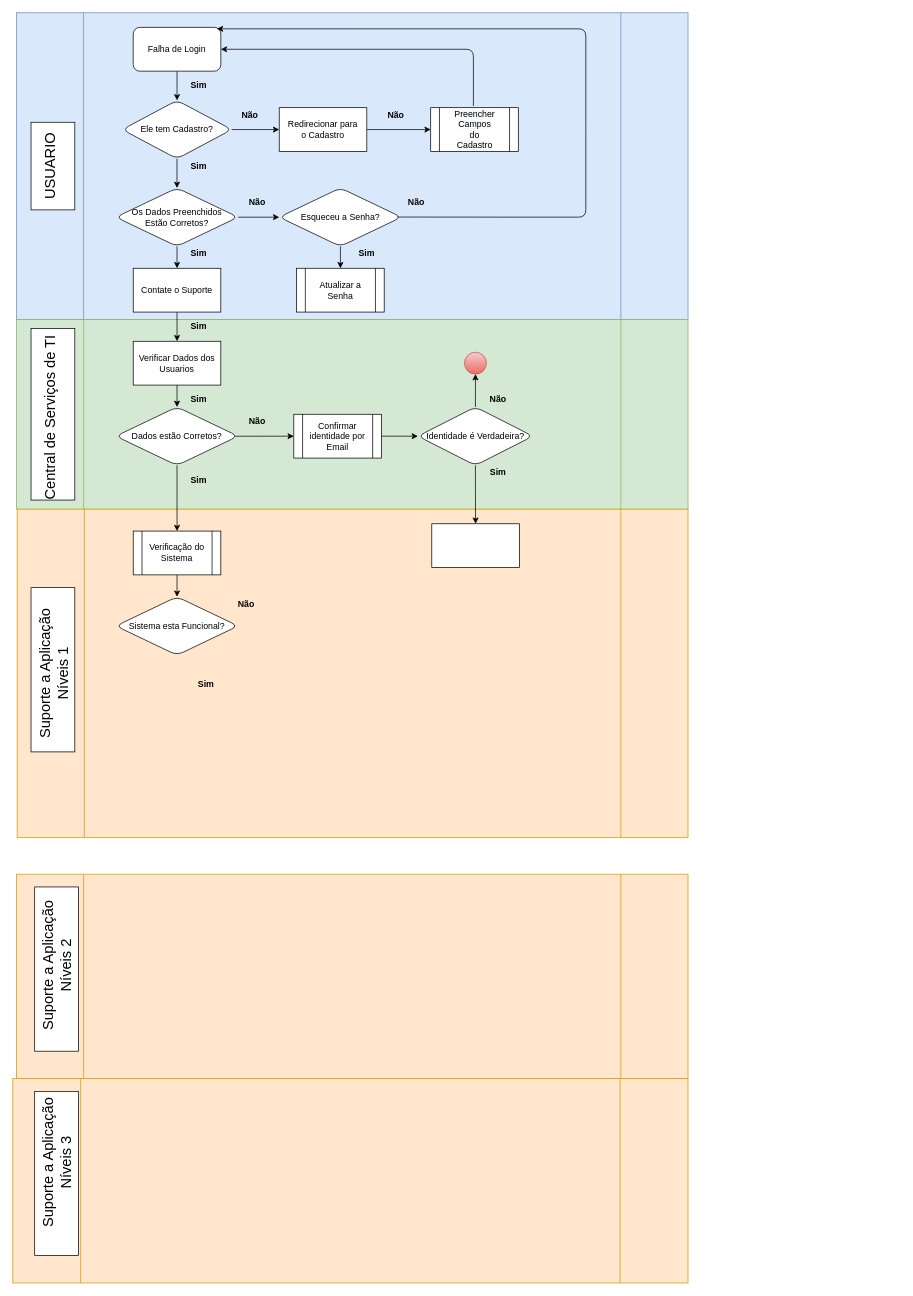
The draw.io diagram Documentação/Diagramas/fluxograma_helpdesk.drawio in LucasTeixeira793/StrongBerry, before the edit. Source tidied: cells renumbered, new cells numbered last; positions are measured from the earlier drawing's top-left corner, leaving out a move shared by most shapes. Both pictures are drawn from the tidied source at 73%, with x=0, y=0 at pixel (-45, 12).
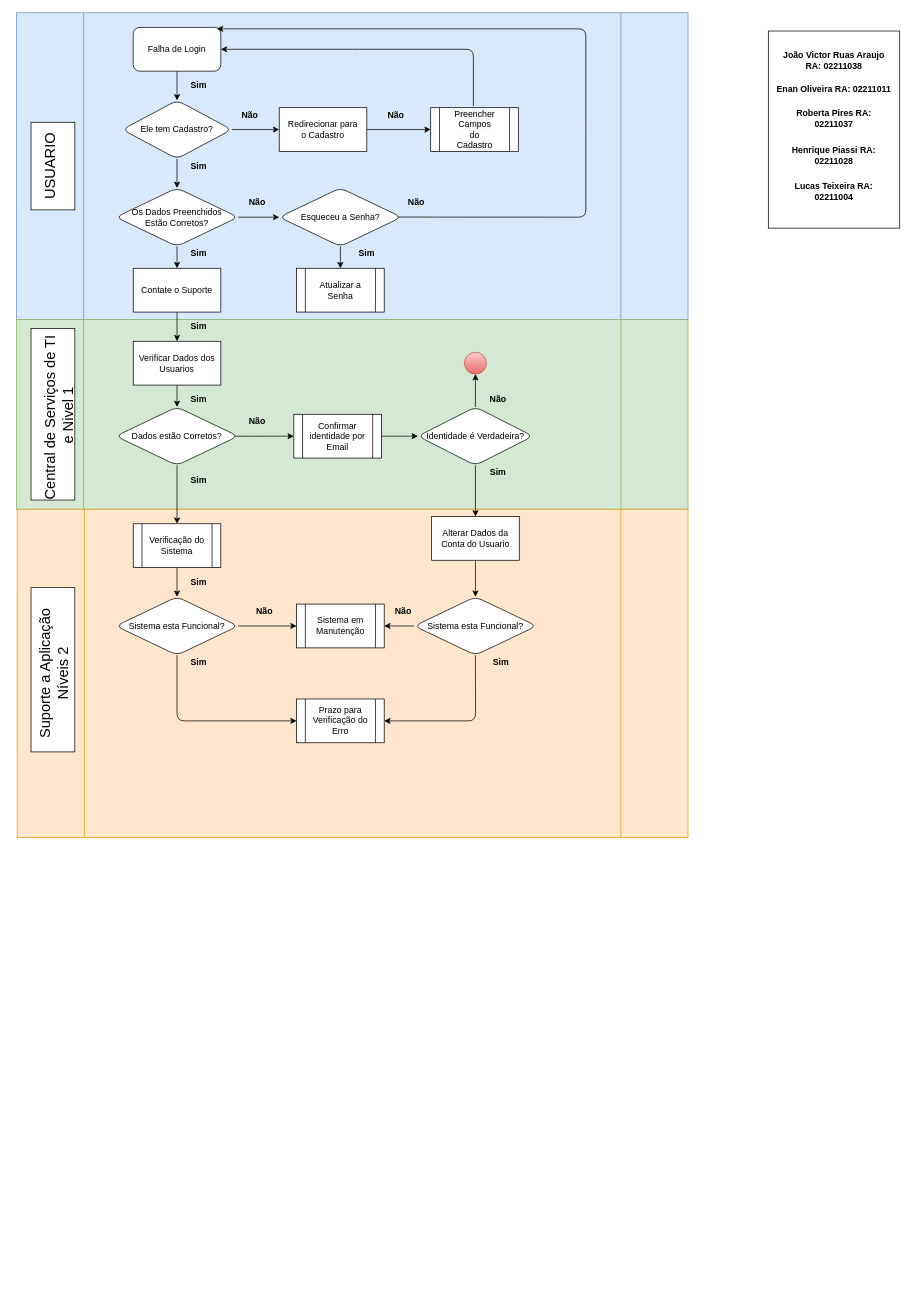
After the change.

The change refers to these unchanged cells:
```xml
<mxCell id="63" value="Sistema esta Funcional?" style="rhombus;whiteSpace=wrap;html=1;rounded=1;" parent="1" vertex="1">
  <mxGeometry x="220.2" y="800" width="167.5" height="80" as="geometry" />
</mxCell>
```

The edit, as a diff of the source:
```diff
@@
+    <mxCell id="66" style="rounded=0;whiteSpace=wrap;html=1;" parent="1" vertex="1">
+      <mxGeometry x="1114" y="25" width="180" height="270" as="geometry" />
+    </mxCell>
@@
-    <mxCell id="8" value="&lt;font style=&quot;font-size: 20px&quot;&gt;Central de Serviços de TI&lt;br&gt;&lt;br&gt;&lt;/font&gt;" style="text;html=1;strokeColor=none;fillColor=none;align=center;verticalAlign=middle;whiteSpace=wrap;rounded=0;rotation=-90;" parent="1" vertex="1">
+    <mxCell id="8" value="&lt;font style=&quot;font-size: 20px&quot;&gt;Central de Serviços de TI&lt;br&gt;&amp;nbsp;e Nivel 1&lt;br&gt;&lt;/font&gt;" style="text;html=1;strokeColor=none;fillColor=none;align=center;verticalAlign=middle;whiteSpace=wrap;rounded=0;rotation=-90;" parent="1" vertex="1">
       <mxGeometry x="21.5" y="530" width="240" height="50" as="geometry" />
     </mxCell>
@@
-    <mxCell id="10" value="&lt;font style=&quot;font-size: 20px&quot;&gt;Suporte a Aplicação&lt;br&gt;Níveis 1&lt;br&gt;&lt;/font&gt;" style="text;html=1;strokeColor=none;fillColor=none;align=center;verticalAlign=middle;whiteSpace=wrap;rounded=0;rotation=-90;" parent="1" vertex="1">
+    <mxCell id="10" value="&lt;font style=&quot;font-size: 20px&quot;&gt;Suporte a Aplicação&lt;br&gt;Níveis 2&lt;br&gt;&lt;/font&gt;" style="text;html=1;strokeColor=none;fillColor=none;align=center;verticalAlign=middle;whiteSpace=wrap;rounded=0;rotation=-90;" parent="1" vertex="1">
       <mxGeometry y="880" width="270" height="50" as="geometry" />
     </mxCell>
-    <mxCell id="11" style="shape=process;whiteSpace=wrap;html=1;backgroundOutline=1;fillColor=#ffe6cc;strokeColor=#d79b00;" parent="1" vertex="1">
-      <mxGeometry x="84" y="1180" width="920" height="280" as="geometry" />
-    </mxCell>
-    <mxCell id="12" style="shape=process;whiteSpace=wrap;html=1;backgroundOutline=1;fillColor=#ffe6cc;strokeColor=#d79b00;" parent="1" vertex="1">
-      <mxGeometry x="79" y="1460" width="925" height="280" as="geometry" />
-    </mxCell>
-    <mxCell id="13" style="rounded=0;whiteSpace=wrap;html=1;rotation=-90;" parent="1" vertex="1">
-      <mxGeometry x="26.5" y="1280" width="225" height="60" as="geometry" />
-    </mxCell>
-    <mxCell id="14" style="rounded=0;whiteSpace=wrap;html=1;rotation=-90;" parent="1" vertex="1">
-      <mxGeometry x="26.5" y="1560" width="225" height="60" as="geometry" />
-    </mxCell>
-    <mxCell id="15" value="&lt;font style=&quot;font-size: 20px&quot;&gt;Suporte a Aplicação&lt;br&gt;Níveis 2&lt;br&gt;&lt;/font&gt;" style="text;html=1;strokeColor=none;fillColor=none;align=center;verticalAlign=middle;whiteSpace=wrap;rounded=0;rotation=-90;" parent="1" vertex="1">
-      <mxGeometry x="4" y="1280" width="270" height="50" as="geometry" />
-    </mxCell>
-    <mxCell id="16" value="&lt;font style=&quot;font-size: 20px&quot;&gt;Suporte a Aplicação&lt;br&gt;Níveis 3&lt;br&gt;&lt;/font&gt;" style="text;html=1;strokeColor=none;fillColor=none;align=center;verticalAlign=middle;whiteSpace=wrap;rounded=0;rotation=-90;" parent="1" vertex="1">
-      <mxGeometry x="4" y="1550" width="270" height="50" as="geometry" />
-    </mxCell>
@@
+    <mxCell id="67" style="edgeStyle=orthogonalEdgeStyle;rounded=0;jettySize=auto;html=1;" parent="1" edge="1" source="59" target="72">
+      <mxGeometry relative="1" as="geometry" />
+    </mxCell>
-    <mxCell id="59" style="rounded=0;whiteSpace=wrap;html=1;shadow=0;" parent="1" vertex="1">
-      <mxGeometry x="653" y="700" width="120" height="60" as="geometry" />
+    <mxCell id="59" value="Alterar Dados da Conta do Usuario" style="rounded=0;whiteSpace=wrap;html=1;shadow=0;" parent="1" vertex="1">
+      <mxGeometry x="652.8" y="690" width="120" height="60" as="geometry" />
     </mxCell>
@@
     <mxCell id="62" value="Verificação do Sistema" style="shape=process;whiteSpace=wrap;html=1;backgroundOutline=1;shadow=0;" parent="1" vertex="1">
-      <mxGeometry x="244" y="710" width="120" height="60" as="geometry" />
+      <mxGeometry x="244" y="700" width="120" height="60" as="geometry" />
     </mxCell>
+    <mxCell id="68" style="edgeStyle=orthogonalEdgeStyle;rounded=0;jettySize=auto;html=1;entryX=0;entryY=0.5;entryDx=0;entryDy=0;" parent="1" edge="1" source="63" target="69">
+      <mxGeometry relative="1" as="geometry" />
+    </mxCell>
@@
     <mxCell id="64" value="&lt;b&gt;Não&lt;/b&gt;" style="text;html=1;strokeColor=none;fillColor=none;align=center;verticalAlign=middle;whiteSpace=wrap;rounded=0;" parent="1" vertex="1">
-      <mxGeometry x="379" y="800" width="40" height="20" as="geometry" />
+      <mxGeometry x="404" y="810" width="40" height="20" as="geometry" />
     </mxCell>
-    <mxCell id="65" value="&lt;b&gt;Sim&lt;/b&gt;" style="text;html=1;strokeColor=none;fillColor=none;align=center;verticalAlign=middle;whiteSpace=wrap;rounded=0;" parent="1" vertex="1">
-      <mxGeometry x="324" y="910" width="40" height="20" as="geometry" />
-    </mxCell>
+    <mxCell id="69" value="Sistema em&lt;br&gt;Manutenção" style="shape=process;whiteSpace=wrap;html=1;backgroundOutline=1;shadow=0;" parent="1" vertex="1">
+      <mxGeometry x="467.8" y="810" width="120" height="60" as="geometry" />
+    </mxCell>
+    <mxCell id="70" value="&lt;b&gt;Sim&lt;/b&gt;" style="text;html=1;strokeColor=none;fillColor=none;align=center;verticalAlign=middle;whiteSpace=wrap;rounded=0;" parent="1" vertex="1">
+      <mxGeometry x="314" y="770" width="40" height="20" as="geometry" />
+    </mxCell>
+    <mxCell id="71" style="edgeStyle=orthogonalEdgeStyle;rounded=0;jettySize=auto;html=1;" parent="1" edge="1" source="72" target="69">
+      <mxGeometry relative="1" as="geometry">
+        <Array as="points">
+          <mxPoint x="554" y="840" />
+          <mxPoint x="554" y="840" />
+        </Array>
+      </mxGeometry>
+    </mxCell>
+    <mxCell id="72" value="Sistema esta Funcional?" style="rhombus;whiteSpace=wrap;html=1;rounded=1;" parent="1" vertex="1">
+      <mxGeometry x="629" y="800" width="167.5" height="80" as="geometry" />
+    </mxCell>
+    <mxCell id="73" value="&lt;b&gt;Não&lt;/b&gt;" style="text;html=1;strokeColor=none;fillColor=none;align=center;verticalAlign=middle;whiteSpace=wrap;rounded=0;" parent="1" vertex="1">
+      <mxGeometry x="594" y="810" width="40" height="20" as="geometry" />
+    </mxCell>
+    <mxCell id="74" value="Prazo para Verificação do Erro" style="shape=process;whiteSpace=wrap;html=1;backgroundOutline=1;shadow=0;" parent="1" vertex="1">
+      <mxGeometry x="467.8" y="940" width="120" height="60" as="geometry" />
+    </mxCell>
+    <mxCell id="75" style="endArrow=classic;html=1;exitX=0.5;exitY=1;exitDx=0;exitDy=0;entryX=1;entryY=0.5;entryDx=0;entryDy=0;" parent="1" edge="1" source="72" target="74">
+      <mxGeometry relative="1" as="geometry">
+        <Array as="points">
+          <mxPoint x="713" y="970" />
+        </Array>
+      </mxGeometry>
+    </mxCell>
+    <mxCell id="76" style="endArrow=classic;html=1;exitX=0.5;exitY=1;exitDx=0;exitDy=0;entryX=0;entryY=0.5;entryDx=0;entryDy=0;" parent="1" edge="1" source="63" target="74">
+      <mxGeometry relative="1" as="geometry">
+        <Array as="points">
+          <mxPoint x="304" y="970" />
+        </Array>
+      </mxGeometry>
+    </mxCell>
+    <mxCell id="77" value="&lt;b&gt;Sim&lt;/b&gt;" style="text;html=1;strokeColor=none;fillColor=none;align=center;verticalAlign=middle;whiteSpace=wrap;rounded=0;" parent="1" vertex="1">
+      <mxGeometry x="314" y="880" width="40" height="20" as="geometry" />
+    </mxCell>
+    <mxCell id="78" value="&lt;b&gt;Sim&lt;/b&gt;" style="text;html=1;strokeColor=none;fillColor=none;align=center;verticalAlign=middle;whiteSpace=wrap;rounded=0;" parent="1" vertex="1">
+      <mxGeometry x="727.8" y="880" width="40" height="20" as="geometry" />
+    </mxCell>
+    <mxCell id="79" value="&lt;b&gt;João Victor Ruas Araujo RA: 02211038&lt;/b&gt;" style="text;html=1;strokeColor=none;fillColor=none;align=center;verticalAlign=middle;whiteSpace=wrap;rounded=0;shadow=0;" parent="1" vertex="1">
+      <mxGeometry x="1124" y="50" width="160" height="30" as="geometry" />
+    </mxCell>
+    <mxCell id="80" value="&lt;b&gt;Enan Oliveira RA: 02211011&lt;/b&gt;" style="text;html=1;strokeColor=none;fillColor=none;align=center;verticalAlign=middle;whiteSpace=wrap;rounded=0;shadow=0;" parent="1" vertex="1">
+      <mxGeometry x="1124" y="90" width="160" height="30" as="geometry" />
+    </mxCell>
+    <mxCell id="81" value="&lt;b&gt;Roberta Pires RA: 02211037&lt;/b&gt;" style="text;html=1;strokeColor=none;fillColor=none;align=center;verticalAlign=middle;whiteSpace=wrap;rounded=0;shadow=0;" parent="1" vertex="1">
+      <mxGeometry x="1124" y="130" width="160" height="30" as="geometry" />
+    </mxCell>
+    <mxCell id="82" value="&lt;b&gt;Henrique Piassi RA: 02211028&lt;/b&gt;" style="text;html=1;strokeColor=none;fillColor=none;align=center;verticalAlign=middle;whiteSpace=wrap;rounded=0;shadow=0;" parent="1" vertex="1">
+      <mxGeometry x="1124" y="180" width="160" height="30" as="geometry" />
+    </mxCell>
+    <mxCell id="83" value="&lt;b&gt;Lucas Teixeira RA: 02211004&lt;/b&gt;" style="text;html=1;strokeColor=none;fillColor=none;align=center;verticalAlign=middle;whiteSpace=wrap;rounded=0;shadow=0;" parent="1" vertex="1">
+      <mxGeometry x="1124" y="230" width="160" height="30" as="geometry" />
+    </mxCell>
```
